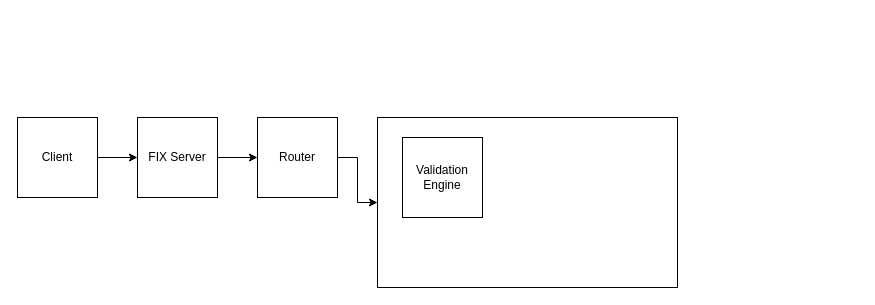
Above: docs/architecture.drawio in cyberlathe/tradingSystem (draw.io), before the change. Source tidied: cells renumbered, new cells numbered last; positions are measured from the earlier drawing's top-left corner, leaving out a move shared by most shapes. Both pictures are drawn from the tidied source at 100%, with x=0, y=0 at pixel (17, 117).
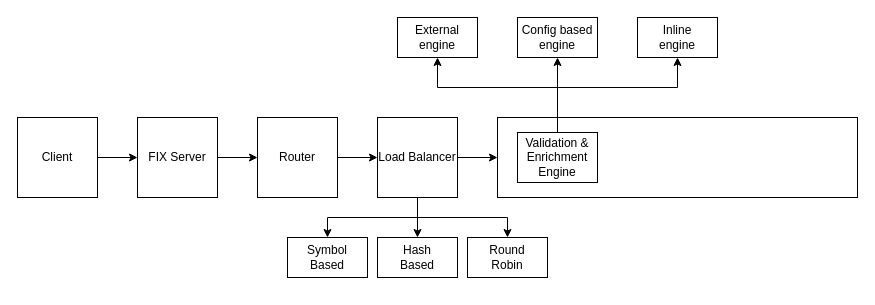
After the change.

The change refers to these unchanged cells:
```xml
<mxCell id="7" value="Router" style="whiteSpace=wrap;html=1;" parent="1" vertex="1">
  <mxGeometry x="240" width="80" height="80" as="geometry" />
</mxCell>
```

The edit, as a diff of the source:
```diff
@@
-    <mxCell id="6" style="edgeStyle=orthogonalEdgeStyle;rounded=0;jettySize=auto;html=1;entryX=0;entryY=0.5;entryDx=0;entryDy=0;" parent="1" edge="1" source="7" target="8">
-      <mxGeometry relative="1" as="geometry" />
-    </mxCell>
+    <mxCell id="10" style="edgeStyle=orthogonalEdgeStyle;rounded=0;jettySize=auto;html=1;entryX=0;entryY=0.5;entryDx=0;entryDy=0;" parent="1" edge="1" source="7" target="9">
+      <mxGeometry relative="1" as="geometry" />
+    </mxCell>
@@
-    <mxCell id="8" style="rounded=0;whiteSpace=wrap;html=1;" parent="1" vertex="1">
-      <mxGeometry x="360" width="300" height="170" as="geometry" />
-    </mxCell>
+    <mxCell id="11" style="edgeStyle=orthogonalEdgeStyle;rounded=0;jettySize=auto;html=1;exitX=0.5;exitY=1;exitDx=0;exitDy=0;" parent="1" edge="1" source="9" target="15">
+      <mxGeometry relative="1" as="geometry" />
+    </mxCell>
+    <mxCell id="12" style="edgeStyle=orthogonalEdgeStyle;rounded=0;jettySize=auto;html=1;entryX=0.5;entryY=0;entryDx=0;entryDy=0;" parent="1" edge="1" source="9" target="16">
+      <mxGeometry relative="1" as="geometry" />
+    </mxCell>
+    <mxCell id="13" style="edgeStyle=orthogonalEdgeStyle;rounded=0;jettySize=auto;html=1;entryX=0.5;entryY=0;entryDx=0;entryDy=0;exitX=0.5;exitY=1;exitDx=0;exitDy=0;" parent="1" edge="1" source="9" target="17">
+      <mxGeometry relative="1" as="geometry" />
+    </mxCell>
+    <mxCell id="14" style="edgeStyle=orthogonalEdgeStyle;rounded=0;jettySize=auto;html=1;" parent="1" edge="1" source="9" target="18">
+      <mxGeometry relative="1" as="geometry" />
+    </mxCell>
-    <mxCell id="9" value="Validation Engine" style="whiteSpace=wrap;html=1;" parent="1" vertex="1">
-      <mxGeometry x="385" y="20" width="80" height="80" as="geometry" />
+    <mxCell id="9" value="Load Balancer" style="whiteSpace=wrap;html=1;" parent="1" vertex="1">
+      <mxGeometry x="360" width="80" height="80" as="geometry" />
     </mxCell>
+    <mxCell id="15" value="&lt;div&gt;Symbol &lt;br&gt;&lt;/div&gt;&lt;div&gt;Based&lt;/div&gt;" style="rounded=0;whiteSpace=wrap;html=1;" parent="1" vertex="1">
+      <mxGeometry x="270" y="120" width="80" height="40" as="geometry" />
+    </mxCell>
+    <mxCell id="16" value="Hash&lt;div&gt;Based&lt;/div&gt;" style="rounded=0;whiteSpace=wrap;html=1;" parent="1" vertex="1">
+      <mxGeometry x="360" y="120" width="80" height="40" as="geometry" />
+    </mxCell>
+    <mxCell id="17" value="&lt;div&gt;Round &lt;br&gt;&lt;/div&gt;&lt;div&gt;Robin&lt;/div&gt;" style="rounded=0;whiteSpace=wrap;html=1;" parent="1" vertex="1">
+      <mxGeometry x="450" y="120" width="80" height="40" as="geometry" />
+    </mxCell>
+    <mxCell id="18" style="rounded=0;whiteSpace=wrap;html=1;" parent="1" vertex="1">
+      <mxGeometry x="480" width="360" height="80" as="geometry" />
+    </mxCell>
+    <mxCell id="19" style="edgeStyle=orthogonalEdgeStyle;rounded=0;jettySize=auto;html=1;entryX=0.5;entryY=1;entryDx=0;entryDy=0;" parent="1" edge="1" source="22" target="23">
+      <mxGeometry relative="1" as="geometry" />
+    </mxCell>
+    <mxCell id="20" style="edgeStyle=orthogonalEdgeStyle;rounded=0;jettySize=auto;html=1;entryX=0.5;entryY=1;entryDx=0;entryDy=0;" parent="1" edge="1" source="22" target="25">
+      <mxGeometry relative="1" as="geometry">
+        <Array as="points">
+          <mxPoint x="540" y="-30" />
+          <mxPoint x="660" y="-30" />
+        </Array>
+      </mxGeometry>
+    </mxCell>
+    <mxCell id="21" style="edgeStyle=orthogonalEdgeStyle;rounded=0;jettySize=auto;html=1;" parent="1" edge="1" source="22" target="24">
+      <mxGeometry relative="1" as="geometry">
+        <Array as="points">
+          <mxPoint x="540" y="-30" />
+          <mxPoint x="420" y="-30" />
+        </Array>
+      </mxGeometry>
+    </mxCell>
+    <mxCell id="22" value="&lt;div&gt;Validation &amp;amp; Enrichment &lt;br&gt;&lt;/div&gt;&lt;div&gt;Engine&lt;/div&gt;" style="rounded=0;whiteSpace=wrap;html=1;" parent="1" vertex="1">
+      <mxGeometry x="500" y="15" width="80" height="50" as="geometry" />
+    </mxCell>
+    <mxCell id="23" value="&lt;div&gt;Config based&lt;/div&gt;&lt;div&gt;engine&lt;br&gt;&lt;/div&gt;" style="rounded=0;whiteSpace=wrap;html=1;" parent="1" vertex="1">
+      <mxGeometry x="500" y="-100" width="80" height="40" as="geometry" />
+    </mxCell>
+    <mxCell id="24" value="External&lt;div&gt;engine&lt;br&gt;&lt;/div&gt;" style="rounded=0;whiteSpace=wrap;html=1;" parent="1" vertex="1">
+      <mxGeometry x="380" y="-100" width="80" height="40" as="geometry" />
+    </mxCell>
+    <mxCell id="25" value="Inline&lt;br&gt;&lt;div&gt;engine&lt;br&gt;&lt;/div&gt;" style="rounded=0;whiteSpace=wrap;html=1;" parent="1" vertex="1">
+      <mxGeometry x="620" y="-100" width="80" height="40" as="geometry" />
+    </mxCell>
```
